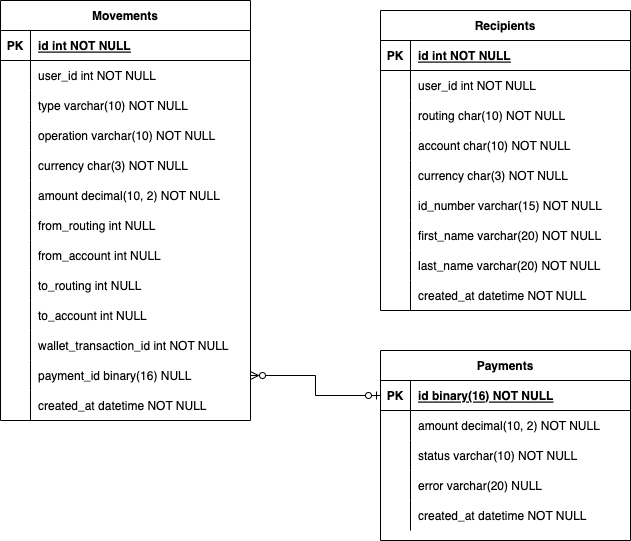
ariel17/ontop_challenge keeps this draw.io diagram as docs/models.png. Above is the earlier version. Source tidied: cells renumbered, new cells last; positions are measured from the earlier drawing's top-left corner, leaving out a move shared by most shapes.
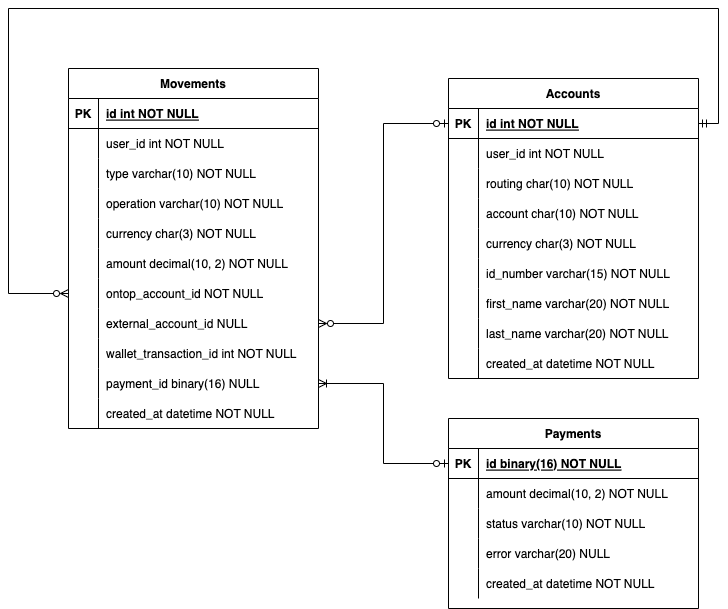
Above is the later version.

Commit message:
Changes models to use multiple FK on movements.

Diff of the diagram source:
```diff
@@ -3,7 +3,7 @@
     <mxCell id="0" />
     <mxCell id="1" parent="0" />
     <mxCell id="2" value="Movements" style="shape=table;startSize=30;rowLines=0;fontStyle=1;align=center;" parent="1" vertex="1">
-      <mxGeometry width="250" height="420" as="geometry" />
+      <mxGeometry width="250" height="360" as="geometry" />
     </mxCell>
     <mxCell id="3" style="shape=partialRectangle;fillColor=none;top=0;left=0;right=0;bottom=1;" parent="2" vertex="1">
       <mxGeometry y="30" width="250" height="30" as="geometry" />
@@ -65,7 +65,7 @@
     <mxCell id="22" style="shape=partialRectangle;overflow=hidden;fillColor=none;top=0;left=0;bottom=0;right=0;" parent="21" vertex="1">
       <mxGeometry width="30" height="30" as="geometry" />
     </mxCell>
-    <mxCell id="23" value="from_routing int NULL" style="shape=partialRectangle;overflow=hidden;fillColor=none;top=0;left=0;bottom=0;right=0;align=left;spacingLeft=6;" parent="21" vertex="1">
+    <mxCell id="23" value="ontop_account_id NOT NULL" style="shape=partialRectangle;overflow=hidden;fillColor=none;top=0;left=0;bottom=0;right=0;align=left;spacingLeft=6;" parent="21" vertex="1">
       <mxGeometry x="30" width="220" height="30" as="geometry" />
     </mxCell>
     <mxCell id="24" style="shape=partialRectangle;fillColor=none;points=[[0,0.5],[1,0.5]];portConstraint=eastwest;top=0;left=0;right=0;bottom=0;" parent="2" vertex="1">
@@ -74,29 +74,11 @@
     <mxCell id="25" style="shape=partialRectangle;overflow=hidden;fillColor=none;top=0;left=0;bottom=0;right=0;" parent="24" vertex="1">
       <mxGeometry width="30" height="30" as="geometry" />
     </mxCell>
-    <mxCell id="26" value="from_account int NULL" style="shape=partialRectangle;overflow=hidden;fillColor=none;top=0;left=0;bottom=0;right=0;align=left;spacingLeft=6;" parent="24" vertex="1">
+    <mxCell id="26" value="external_account_id NULL" style="shape=partialRectangle;overflow=hidden;fillColor=none;top=0;left=0;bottom=0;right=0;align=left;spacingLeft=6;" parent="24" vertex="1">
       <mxGeometry x="30" width="220" height="30" as="geometry" />
     </mxCell>
-    <mxCell id="27" style="shape=partialRectangle;fillColor=none;top=0;left=0;right=0;bottom=0;" parent="2" vertex="1">
-      <mxGeometry y="270" width="250" height="30" as="geometry" />
-    </mxCell>
-    <mxCell id="28" style="shape=partialRectangle;overflow=hidden;fillColor=none;top=0;left=0;bottom=0;right=0;" parent="27" vertex="1">
-      <mxGeometry width="30" height="30" as="geometry" />
-    </mxCell>
-    <mxCell id="29" value="to_routing int NULL" style="shape=partialRectangle;overflow=hidden;fillColor=none;top=0;left=0;bottom=0;right=0;align=left;spacingLeft=6;" parent="27" vertex="1">
-      <mxGeometry x="30" width="220" height="30" as="geometry" />
-    </mxCell>
-    <mxCell id="30" style="shape=partialRectangle;fillColor=none;top=0;left=0;right=0;bottom=0;" parent="2" vertex="1">
-      <mxGeometry y="300" width="250" height="30" as="geometry" />
-    </mxCell>
-    <mxCell id="31" style="shape=partialRectangle;overflow=hidden;fillColor=none;top=0;left=0;bottom=0;right=0;" parent="30" vertex="1">
-      <mxGeometry width="30" height="30" as="geometry" />
-    </mxCell>
-    <mxCell id="32" value="to_account int NULL" style="shape=partialRectangle;overflow=hidden;fillColor=none;top=0;left=0;bottom=0;right=0;align=left;spacingLeft=6;" parent="30" vertex="1">
-      <mxGeometry x="30" width="220" height="30" as="geometry" />
-    </mxCell>
     <mxCell id="33" style="shape=partialRectangle;fillColor=none;top=0;left=0;right=0;bottom=0;" parent="2" vertex="1">
-      <mxGeometry y="330" width="250" height="30" as="geometry" />
+      <mxGeometry y="270" width="250" height="30" as="geometry" />
     </mxCell>
     <mxCell id="34" style="shape=partialRectangle;overflow=hidden;fillColor=none;top=0;left=0;bottom=0;right=0;" parent="33" vertex="1">
       <mxGeometry width="30" height="30" as="geometry" />
@@ -105,7 +87,7 @@
       <mxGeometry x="30" width="220" height="30" as="geometry" />
     </mxCell>
     <mxCell id="36" style="shape=partialRectangle;fillColor=none;points=[[0,0.5],[1,0.5]];portConstraint=eastwest;top=0;left=0;right=0;bottom=0;" parent="2" vertex="1">
-      <mxGeometry y="360" width="250" height="30" as="geometry" />
+      <mxGeometry y="300" width="250" height="30" as="geometry" />
     </mxCell>
     <mxCell id="37" style="shape=partialRectangle;overflow=hidden;fillColor=none;top=0;left=0;bottom=0;right=0;" parent="36" vertex="1">
       <mxGeometry width="30" height="30" as="geometry" />
@@ -114,7 +96,7 @@
       <mxGeometry x="30" width="220" height="30" as="geometry" />
     </mxCell>
     <mxCell id="39" style="shape=partialRectangle;fillColor=none;top=0;left=0;right=0;bottom=0;" parent="2" vertex="1">
-      <mxGeometry y="390" width="250" height="30" as="geometry" />
+      <mxGeometry y="330" width="250" height="30" as="geometry" />
     </mxCell>
     <mxCell id="40" style="shape=partialRectangle;overflow=hidden;fillColor=none;top=0;left=0;bottom=0;right=0;" parent="39" vertex="1">
       <mxGeometry width="30" height="30" as="geometry" />
@@ -170,7 +152,7 @@
     <mxCell id="57" value="created_at datetime NOT NULL" style="shape=partialRectangle;overflow=hidden;fillColor=none;top=0;left=0;bottom=0;right=0;align=left;spacingLeft=6;" parent="55" vertex="1">
       <mxGeometry x="30" width="220" height="30" as="geometry" />
     </mxCell>
-    <mxCell id="58" value="Recipients" style="shape=table;startSize=30;rowLines=0;fontStyle=1;align=center;" parent="1" vertex="1">
+    <mxCell id="58" value="Accounts" style="shape=table;startSize=30;rowLines=0;fontStyle=1;align=center;" parent="1" vertex="1">
       <mxGeometry x="380" y="10" width="250" height="300" as="geometry" />
     </mxCell>
     <mxCell id="59" style="shape=partialRectangle;fillColor=none;points=[[0,0.5],[1,0.5]];portConstraint=eastwest;top=0;left=0;right=0;bottom=1;" parent="58" vertex="1">
@@ -254,8 +236,21 @@
     <mxCell id="85" value="created_at datetime NOT NULL" style="shape=partialRectangle;overflow=hidden;fillColor=none;top=0;left=0;bottom=0;right=0;align=left;spacingLeft=6;" parent="83" vertex="1">
       <mxGeometry x="30" width="220" height="30" as="geometry" />
     </mxCell>
-    <mxCell id="86" style="edgeStyle=orthogonalEdgeStyle;rounded=0;jettySize=auto;html=1;entryX=0;entryY=0.5;entryDx=0;entryDy=0;endArrow=ERzeroToOne;endFill=0;startArrow=ERzeroToMany;startFill=0;" parent="1" edge="1" source="36" target="43">
+    <mxCell id="86" style="edgeStyle=orthogonalEdgeStyle;rounded=0;jettySize=auto;html=1;entryX=0;entryY=0.5;entryDx=0;entryDy=0;endArrow=ERzeroToOne;endFill=0;startArrow=ERoneToMany;startFill=0;" parent="1" edge="1" source="36" target="43">
       <mxGeometry relative="1" as="geometry" />
     </mxCell>
+    <mxCell id="87" style="edgeStyle=orthogonalEdgeStyle;rounded=0;jettySize=auto;html=1;entryX=0;entryY=0.5;entryDx=0;entryDy=0;endArrow=ERzeroToOne;endFill=0;startArrow=ERzeroToMany;startFill=0;" parent="1" edge="1" source="24" target="59">
+      <mxGeometry relative="1" as="geometry" />
+    </mxCell>
+    <mxCell id="88" style="edgeStyle=orthogonalEdgeStyle;rounded=0;jettySize=auto;html=1;entryX=1;entryY=0.5;entryDx=0;entryDy=0;startArrow=ERzeroToMany;startFill=0;endArrow=ERmandOne;endFill=0;exitX=0;exitY=0.5;exitDx=0;exitDy=0;" parent="1" edge="1" source="21" target="59">
+      <mxGeometry relative="1" as="geometry">
+        <Array as="points">
+          <mxPoint x="-60" y="225" />
+          <mxPoint x="-60" y="-60" />
+          <mxPoint x="650" y="-60" />
+          <mxPoint x="650" y="55" />
+        </Array>
+      </mxGeometry>
+    </mxCell>
   </root>
 </mxGraphModel>
```
